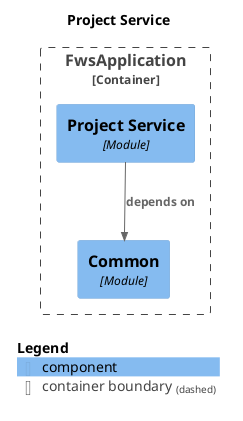
This is docs/modules/module-project.png from krloxz/fws-application, a PlantUML export, as it was before one commit.
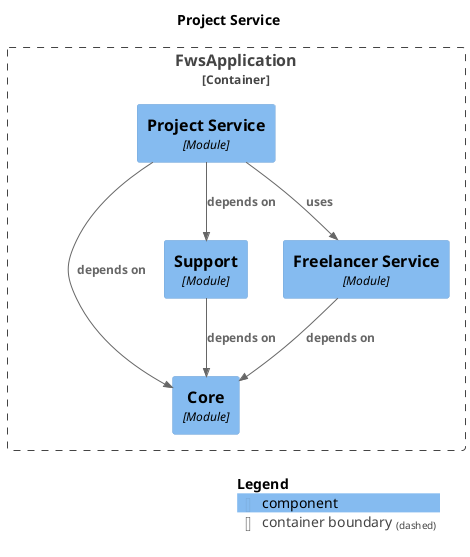
Later version of the same file.

Diff of the diagram source:
```diff
@@ -9,11 +9,17 @@
 !include <C4/C4_Component>
 
 Container_Boundary("FwsApplication.FwsApplication_boundary", "FwsApplication", $tags="") {
-  Component(FwsApplication.FwsApplication.Common, "Common", $techn="Module", $descr="", $tags="", $link="")
+  Component(FwsApplication.FwsApplication.Core, "Core", $techn="Module", $descr="", $tags="", $link="")
   Component(FwsApplication.FwsApplication.ProjectService, "Project Service", $techn="Module", $descr="", $tags="", $link="")
+  Component(FwsApplication.FwsApplication.Support, "Support", $techn="Module", $descr="", $tags="", $link="")
+  Component(FwsApplication.FwsApplication.FreelancerService, "Freelancer Service", $techn="Module", $descr="", $tags="", $link="")
 }
 
-Rel(FwsApplication.FwsApplication.ProjectService, FwsApplication.FwsApplication.Common, "depends on", $techn="", $tags="", $link="")
+Rel(FwsApplication.FwsApplication.ProjectService, FwsApplication.FwsApplication.Core, "depends on", $techn="", $tags="", $link="")
+Rel(FwsApplication.FwsApplication.ProjectService, FwsApplication.FwsApplication.FreelancerService, "uses", $techn="", $tags="", $link="")
+Rel(FwsApplication.FwsApplication.Support, FwsApplication.FwsApplication.Core, "depends on", $techn="", $tags="", $link="")
+Rel(FwsApplication.FwsApplication.FreelancerService, FwsApplication.FwsApplication.Core, "depends on", $techn="", $tags="", $link="")
+Rel(FwsApplication.FwsApplication.ProjectService, FwsApplication.FwsApplication.Support, "depends on", $techn="", $tags="", $link="")
 
 SHOW_LEGEND(true)
 @enduml
```
